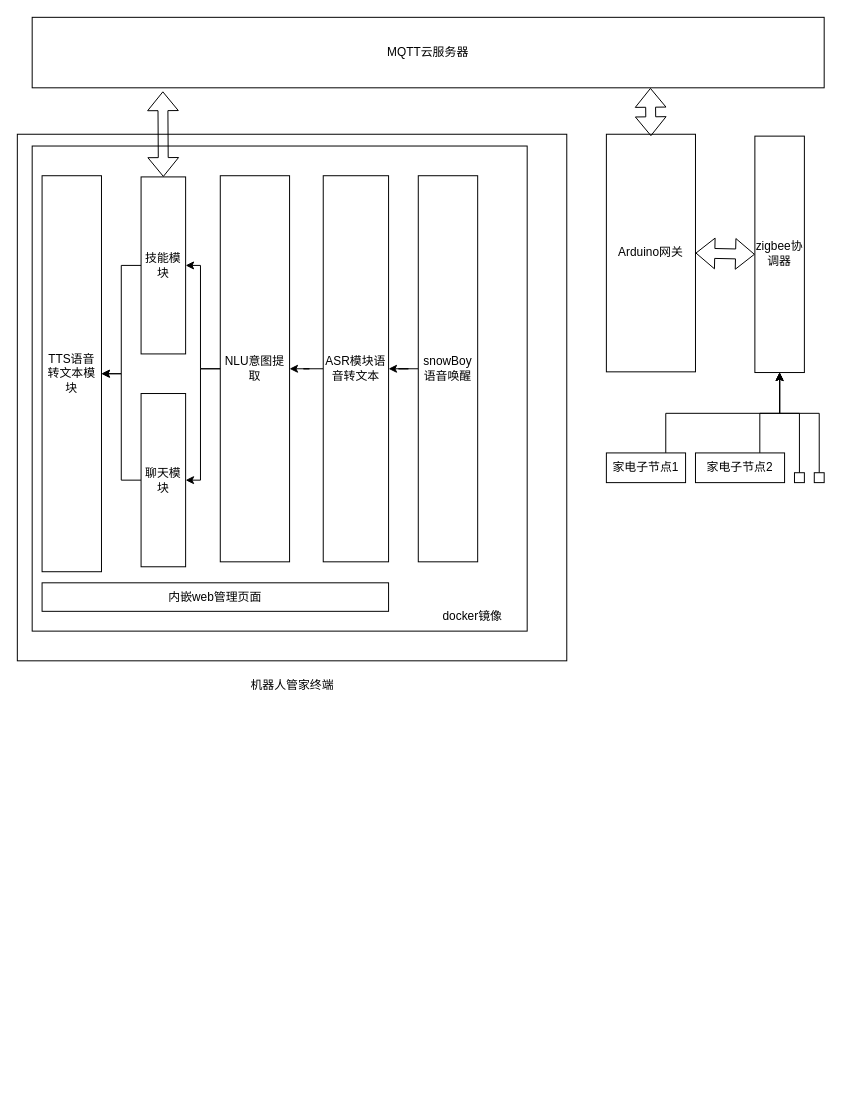
Above: my01.drawio in specychicken/drawIO2 (draw.io), before the change. Source tidied: cells renumbered, new cells numbered last; positions are measured from the earlier drawing's top-left corner, leaving out a move shared by most shapes. Both pictures are drawn from the tidied source at 99%, with x=0, y=0 at pixel (17, 17).
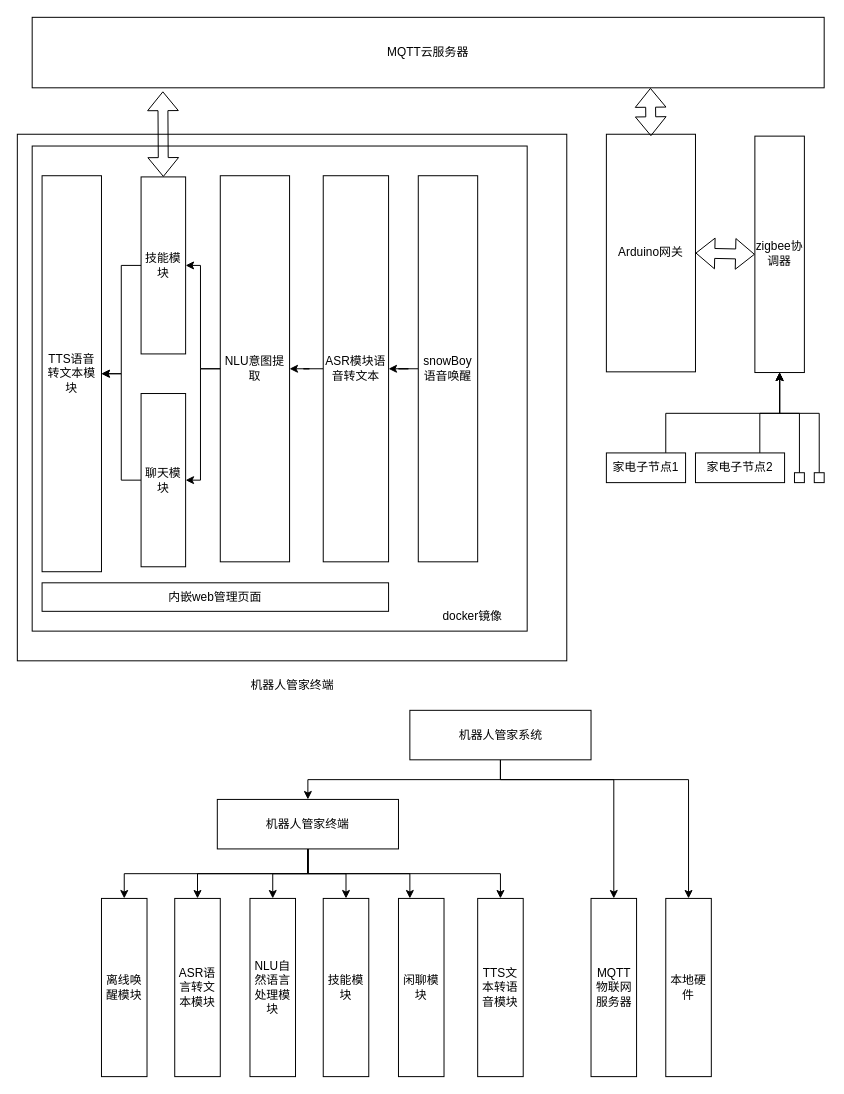
Above is the later version.

The edit, as a diff of the source:
```diff
@@
+    <mxCell id="34" style="edgeStyle=orthogonalEdgeStyle;rounded=0;jettySize=auto;html=1;exitX=0.5;exitY=1;exitDx=0;exitDy=0;entryX=0.5;entryY=0;entryDx=0;entryDy=0;" parent="1" edge="1" source="37" target="52">
+      <mxGeometry relative="1" as="geometry" />
+    </mxCell>
+    <mxCell id="35" style="edgeStyle=orthogonalEdgeStyle;rounded=0;jettySize=auto;html=1;exitX=0.5;exitY=1;exitDx=0;exitDy=0;entryX=0.5;entryY=0;entryDx=0;entryDy=0;" parent="1" edge="1" source="37" target="43">
+      <mxGeometry relative="1" as="geometry">
+        <Array as="points">
+          <mxPoint x="488" y="770" />
+          <mxPoint x="603" y="770" />
+        </Array>
+      </mxGeometry>
+    </mxCell>
+    <mxCell id="36" style="edgeStyle=orthogonalEdgeStyle;rounded=0;jettySize=auto;html=1;exitX=0.5;exitY=1;exitDx=0;exitDy=0;entryX=0.5;entryY=0;entryDx=0;entryDy=0;" parent="1" edge="1" source="37" target="45">
+      <mxGeometry relative="1" as="geometry">
+        <Array as="points">
+          <mxPoint x="488" y="770" />
+          <mxPoint x="678" y="770" />
+        </Array>
+      </mxGeometry>
+    </mxCell>
+    <mxCell id="37" value="机器人管家系统" style="rounded=0;whiteSpace=wrap;html=1;" parent="1" vertex="1">
+      <mxGeometry x="396.5" y="700" width="183" height="50" as="geometry" />
+    </mxCell>
+    <mxCell id="38" value="离线唤醒模块" style="rounded=0;whiteSpace=wrap;html=1;" parent="1" vertex="1">
+      <mxGeometry x="85" y="890" width="46" height="180" as="geometry" />
+    </mxCell>
+    <mxCell id="39" value="ASR语言转文本模块" style="rounded=0;whiteSpace=wrap;html=1;" parent="1" vertex="1">
+      <mxGeometry x="159" y="890" width="46" height="180" as="geometry" />
+    </mxCell>
+    <mxCell id="40" value="NLU自然语言处理模块" style="rounded=0;whiteSpace=wrap;html=1;" parent="1" vertex="1">
+      <mxGeometry x="235" y="890" width="46" height="180" as="geometry" />
+    </mxCell>
+    <mxCell id="41" value="技能模块" style="rounded=0;whiteSpace=wrap;html=1;" parent="1" vertex="1">
+      <mxGeometry x="309" y="890" width="46" height="180" as="geometry" />
+    </mxCell>
+    <mxCell id="42" value="闲聊模块" style="rounded=0;whiteSpace=wrap;html=1;" parent="1" vertex="1">
+      <mxGeometry x="385" y="890" width="46" height="180" as="geometry" />
+    </mxCell>
+    <mxCell id="43" value="MQTT物联网服务器" style="rounded=0;whiteSpace=wrap;html=1;" parent="1" vertex="1">
+      <mxGeometry x="579.5" y="890" width="46" height="180" as="geometry" />
+    </mxCell>
+    <mxCell id="44" value="TTS文本转语音模块" style="rounded=0;whiteSpace=wrap;html=1;" parent="1" vertex="1">
+      <mxGeometry x="465" y="890" width="46" height="180" as="geometry" />
+    </mxCell>
+    <mxCell id="45" value="本地硬件" style="rounded=0;whiteSpace=wrap;html=1;" parent="1" vertex="1">
+      <mxGeometry x="655" y="890" width="46" height="180" as="geometry" />
+    </mxCell>
+    <mxCell id="46" style="edgeStyle=orthogonalEdgeStyle;rounded=0;jettySize=auto;html=1;exitX=0.5;exitY=1;exitDx=0;exitDy=0;entryX=0.5;entryY=0;entryDx=0;entryDy=0;" parent="1" edge="1" source="52" target="38">
+      <mxGeometry relative="1" as="geometry" />
+    </mxCell>
+    <mxCell id="47" style="edgeStyle=orthogonalEdgeStyle;rounded=0;jettySize=auto;html=1;exitX=0.5;exitY=1;exitDx=0;exitDy=0;entryX=0.5;entryY=0;entryDx=0;entryDy=0;" parent="1" edge="1" source="52" target="39">
+      <mxGeometry relative="1" as="geometry" />
+    </mxCell>
+    <mxCell id="48" style="edgeStyle=orthogonalEdgeStyle;rounded=0;jettySize=auto;html=1;exitX=0.5;exitY=1;exitDx=0;exitDy=0;entryX=0.5;entryY=0;entryDx=0;entryDy=0;" parent="1" edge="1" source="52" target="40">
+      <mxGeometry relative="1" as="geometry" />
+    </mxCell>
+    <mxCell id="49" style="edgeStyle=orthogonalEdgeStyle;rounded=0;jettySize=auto;html=1;exitX=0.5;exitY=1;exitDx=0;exitDy=0;entryX=0.5;entryY=0;entryDx=0;entryDy=0;" parent="1" edge="1" source="52" target="41">
+      <mxGeometry relative="1" as="geometry" />
+    </mxCell>
+    <mxCell id="50" style="edgeStyle=orthogonalEdgeStyle;rounded=0;jettySize=auto;html=1;exitX=0.5;exitY=1;exitDx=0;exitDy=0;entryX=0.25;entryY=0;entryDx=0;entryDy=0;" parent="1" edge="1" source="52" target="42">
+      <mxGeometry relative="1" as="geometry" />
+    </mxCell>
+    <mxCell id="51" style="edgeStyle=orthogonalEdgeStyle;rounded=0;jettySize=auto;html=1;exitX=0.5;exitY=1;exitDx=0;exitDy=0;entryX=0.5;entryY=0;entryDx=0;entryDy=0;" parent="1" edge="1" source="52" target="44">
+      <mxGeometry relative="1" as="geometry" />
+    </mxCell>
+    <mxCell id="52" value="机器人管家终端" style="rounded=0;whiteSpace=wrap;html=1;" parent="1" vertex="1">
+      <mxGeometry x="202" y="790" width="183" height="50" as="geometry" />
+    </mxCell>
```
